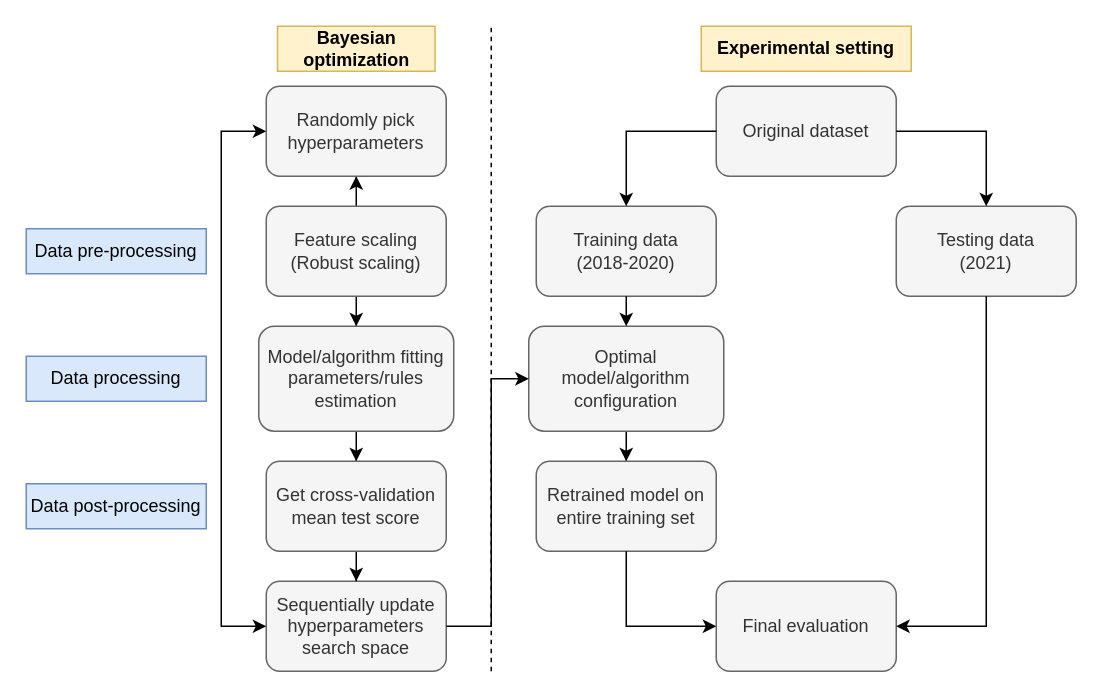
Earlier version of the draw.io diagram Untitled Diagram.drawio (renatoquiliche/PaperCienciaDados-PunoPeru). Source tidied: cells renumbered, new cells numbered last; positions are measured from the earlier drawing's top-left corner, leaving out a move shared by most shapes. Both pictures are drawn from the tidied source at 150%, with x=0, y=0 at pixel (26, 26).
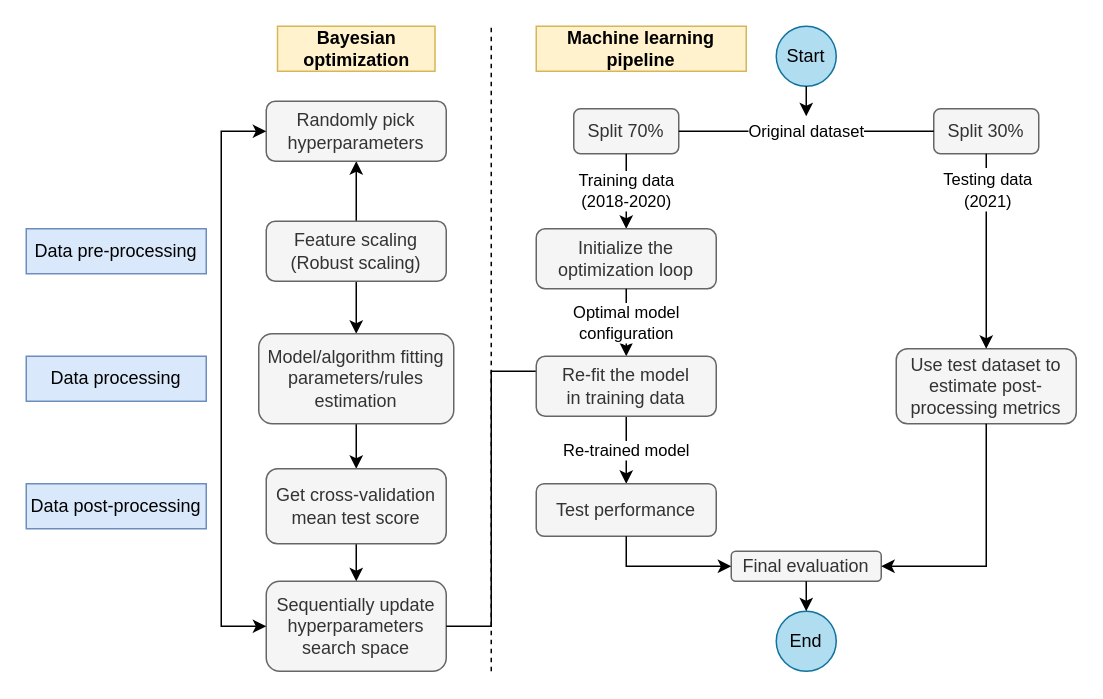
After the change.

The change refers to these unchanged cells:
```xml
<mxCell id="13" value="Sequentially update hyperparameters search space" style="whiteSpace=wrap;html=1;rounded=1;fillColor=#f5f5f5;fontColor=#333333;strokeColor=#666666;" parent="1" vertex="1">
  <mxGeometry x="160" y="370" width="120" height="60" as="geometry" />
</mxCell>
```

The edit, as a diff of the source:
```diff
@@
-    <mxCell id="2" value="Training data&lt;br&gt;(2018-2020)" style="rounded=1;whiteSpace=wrap;html=1;fillColor=#f5f5f5;fontColor=#333333;strokeColor=#666666;" parent="1" vertex="1">
-      <mxGeometry x="340" y="120" width="120" height="60" as="geometry" />
-    </mxCell>
-    <mxCell id="3" value="Testing data&lt;br&gt;(2021)" style="rounded=1;whiteSpace=wrap;html=1;fillColor=#f5f5f5;fontColor=#333333;strokeColor=#666666;" parent="1" vertex="1">
-      <mxGeometry x="580" y="120" width="120" height="60" as="geometry" />
+    <mxCell id="3" value="Use test dataset to estimate post-processing metrics" style="rounded=1;whiteSpace=wrap;html=1;fillColor=#f5f5f5;fontColor=#333333;strokeColor=#666666;" parent="1" vertex="1">
+      <mxGeometry x="580" y="215" width="120" height="50" as="geometry" />
     </mxCell>
-    <mxCell id="4" value="Original dataset" style="rounded=1;whiteSpace=wrap;html=1;fillColor=#f5f5f5;fontColor=#333333;strokeColor=#666666;" parent="1" vertex="1">
-      <mxGeometry x="460" y="40" width="120" height="60" as="geometry" />
-    </mxCell>
-    <mxCell id="5" style="endArrow=classic;html=1;rounded=0;exitX=1;exitY=0.5;exitDx=0;exitDy=0;entryX=0.5;entryY=0;entryDx=0;entryDy=0;" parent="1" edge="1" source="4" target="3">
-      <mxGeometry relative="1" as="geometry">
-        <Array as="points">
-          <mxPoint x="640" y="70" />
-        </Array>
-      </mxGeometry>
-    </mxCell>
-    <mxCell id="6" style="endArrow=classic;html=1;rounded=0;exitX=0;exitY=0.5;exitDx=0;exitDy=0;entryX=0.5;entryY=0;entryDx=0;entryDy=0;" parent="1" edge="1" source="4" target="2">
-      <mxGeometry relative="1" as="geometry">
-        <Array as="points">
-          <mxPoint x="400" y="70" />
-        </Array>
-      </mxGeometry>
-    </mxCell>
@@
     <mxCell id="9" value="Feature scaling&lt;br&gt;(Robust scaling)" style="rounded=1;whiteSpace=wrap;html=1;fillColor=#f5f5f5;fontColor=#333333;strokeColor=#666666;" parent="1" vertex="1">
-      <mxGeometry x="160" y="120" width="120" height="60" as="geometry" />
+      <mxGeometry x="160" y="130" width="120" height="40" as="geometry" />
     </mxCell>
@@
     <mxCell id="11" value="Model/algorithm fitting parameters/rules estimation" style="whiteSpace=wrap;html=1;rounded=1;fillColor=#f5f5f5;fontColor=#333333;strokeColor=#666666;" parent="1" vertex="1">
-      <mxGeometry x="155" y="200" width="130" height="70" as="geometry" />
+      <mxGeometry x="155" y="205" width="130" height="60" as="geometry" />
     </mxCell>
@@
     <mxCell id="14" value="Randomly pick hyperparameters" style="whiteSpace=wrap;html=1;rounded=1;fillColor=#f5f5f5;fontColor=#333333;strokeColor=#666666;" parent="1" vertex="1">
-      <mxGeometry x="160" y="40" width="120" height="60" as="geometry" />
+      <mxGeometry x="160" y="50" width="120" height="40" as="geometry" />
     </mxCell>
@@
     <mxCell id="16" value="Get cross-validation mean test score" style="whiteSpace=wrap;html=1;rounded=1;fillColor=#f5f5f5;fontColor=#333333;strokeColor=#666666;" parent="1" vertex="1">
-      <mxGeometry x="160" y="290" width="120" height="60" as="geometry" />
+      <mxGeometry x="160" y="295" width="120" height="50" as="geometry" />
     </mxCell>
@@
-    <mxCell id="21" style="edgeStyle=orthogonalEdgeStyle;rounded=0;jettySize=auto;html=1;" parent="1" edge="1" source="22" target="23">
+    <mxCell id="21" value="Re-trained model" style="edgeStyle=orthogonalEdgeStyle;rounded=0;jettySize=auto;html=1;exitX=0.5;exitY=1;exitDx=0;exitDy=0;" parent="1" edge="1" source="37" target="23">
       <mxGeometry relative="1" as="geometry" />
     </mxCell>
-    <mxCell id="22" value="Optimal model/algorithm configuration" style="rounded=1;whiteSpace=wrap;html=1;fillColor=#f5f5f5;fontColor=#333333;strokeColor=#666666;" parent="1" vertex="1">
-      <mxGeometry x="335" y="200" width="130" height="70" as="geometry" />
-    </mxCell>
-    <mxCell id="23" value="Retrained model on entire training set" style="whiteSpace=wrap;html=1;rounded=1;fillColor=#f5f5f5;fontColor=#333333;strokeColor=#666666;" parent="1" vertex="1">
-      <mxGeometry x="340" y="290" width="120" height="60" as="geometry" />
+    <mxCell id="23" value="Test performance" style="whiteSpace=wrap;html=1;rounded=1;fillColor=#f5f5f5;fontColor=#333333;strokeColor=#666666;" parent="1" vertex="1">
+      <mxGeometry x="340" y="305" width="120" height="35" as="geometry" />
     </mxCell>
     <mxCell id="24" value="Final evaluation" style="whiteSpace=wrap;html=1;rounded=1;fillColor=#f5f5f5;fontColor=#333333;strokeColor=#666666;" parent="1" vertex="1">
-      <mxGeometry x="460" y="370" width="120" height="60" as="geometry" />
+      <mxGeometry x="470" y="350" width="100" height="20" as="geometry" />
     </mxCell>
-    <mxCell id="25" style="endArrow=classic;html=1;rounded=0;exitX=0.5;exitY=1;exitDx=0;exitDy=0;" parent="1" edge="1" source="2" target="22">
-      <mxGeometry relative="1" as="geometry" />
-    </mxCell>
     <mxCell id="26" style="endArrow=classic;html=1;rounded=0;exitX=0.5;exitY=1;exitDx=0;exitDy=0;entryX=0;entryY=0.5;entryDx=0;entryDy=0;" parent="1" edge="1" source="23" target="24">
       <mxGeometry relative="1" as="geometry">
         <Array as="points">
-          <mxPoint x="400" y="400" />
+          <mxPoint x="400" y="360" />
         </Array>
       </mxGeometry>
     </mxCell>
     <mxCell id="27" style="endArrow=classic;html=1;rounded=0;exitX=0.5;exitY=1;exitDx=0;exitDy=0;entryX=1;entryY=0.5;entryDx=0;entryDy=0;" parent="1" edge="1" source="3" target="24">
       <mxGeometry relative="1" as="geometry">
         <Array as="points">
-          <mxPoint x="640" y="400" />
+          <mxPoint x="640" y="360" />
         </Array>
       </mxGeometry>
     </mxCell>
-    <mxCell id="28" value="&lt;b&gt;Experimental setting&lt;/b&gt;" style="text;html=1;strokeColor=#d6b656;fillColor=#fff2cc;align=center;verticalAlign=middle;whiteSpace=wrap;rounded=0;" parent="1" vertex="1">
-      <mxGeometry x="450" width="140" height="30" as="geometry" />
+    <mxCell id="28" value="&lt;b&gt;Machine learning pipeline&lt;/b&gt;" style="text;html=1;strokeColor=#d6b656;fillColor=#fff2cc;align=center;verticalAlign=middle;whiteSpace=wrap;rounded=0;" parent="1" vertex="1">
+      <mxGeometry x="340" width="140" height="30" as="geometry" />
     </mxCell>
@@
-    <mxCell id="30" style="endArrow=classic;html=1;rounded=0;exitX=1;exitY=0.5;exitDx=0;exitDy=0;entryX=0;entryY=0.5;entryDx=0;entryDy=0;" parent="1" edge="1" source="13" target="22">
+    <mxCell id="30" style="endArrow=classic;html=1;rounded=0;exitX=1;exitY=0.5;exitDx=0;exitDy=0;" parent="1" edge="1" source="13">
       <mxGeometry relative="1" as="geometry">
+        <mxPoint x="360" y="230" as="targetPoint" />
         <Array as="points">
           <mxPoint x="310" y="400" />
-          <mxPoint x="310" y="235" />
+          <mxPoint x="310" y="230" />
         </Array>
       </mxGeometry>
     </mxCell>
+    <mxCell id="31" value="Split 70%" style="rounded=1;whiteSpace=wrap;html=1;fillColor=#f5f5f5;fontColor=#333333;strokeColor=#666666;" parent="1" vertex="1">
+      <mxGeometry x="365" y="55" width="70" height="30" as="geometry" />
+    </mxCell>
+    <mxCell id="32" value="Split 30%" style="rounded=1;whiteSpace=wrap;html=1;fillColor=#f5f5f5;fontColor=#333333;strokeColor=#666666;" parent="1" vertex="1">
+      <mxGeometry x="605" y="55" width="70" height="30" as="geometry" />
+    </mxCell>
+    <mxCell id="2" value="Training data&lt;br&gt;(2018-2020)" style="endArrow=classic;html=1;rounded=0;exitX=0.5;exitY=1;exitDx=0;exitDy=0;entryX=0.5;entryY=0;entryDx=0;entryDy=0;" parent="1" edge="1" source="31" target="35">
+      <mxGeometry relative="1" as="geometry" />
+    </mxCell>
+    <mxCell id="33" style="endArrow=classic;html=1;rounded=0;entryX=0.5;entryY=0;entryDx=0;entryDy=0;exitX=0.5;exitY=1;exitDx=0;exitDy=0;" parent="1" edge="1" source="32" target="3">
+      <mxGeometry relative="1" as="geometry" />
+    </mxCell>
+    <mxCell id="34" value="&lt;font style=&quot;font-size: 11px;&quot;&gt;Testing data&lt;br&gt;(2021)&lt;/font&gt;" style="edgeLabel;html=1;align=center;verticalAlign=middle;fontSize=12;" parent="33" vertex="1">
+      <mxGeometry x="-0.65" relative="1" as="geometry" />
+    </mxCell>
+    <mxCell id="4" value="Original dataset" style="endArrow=none;html=1;rounded=0;exitX=1;exitY=0.5;exitDx=0;exitDy=0;entryX=0;entryY=0.5;entryDx=0;entryDy=0;" parent="1" edge="1" source="31" target="32">
+      <mxGeometry relative="1" as="geometry" />
+    </mxCell>
+    <mxCell id="35" value="Initialize the optimization loop" style="rounded=1;whiteSpace=wrap;html=1;fillColor=#f5f5f5;fontColor=#333333;strokeColor=#666666;" parent="1" vertex="1">
+      <mxGeometry x="340" y="135" width="120" height="40" as="geometry" />
+    </mxCell>
+    <mxCell id="36" value="Optimal model&lt;br&gt;configuration" style="endArrow=classic;html=1;rounded=0;exitX=0.5;exitY=1;exitDx=0;exitDy=0;entryX=0.5;entryY=0;entryDx=0;entryDy=0;" parent="1" edge="1" source="35" target="37">
+      <mxGeometry relative="1" as="geometry" />
+    </mxCell>
+    <mxCell id="37" value="Re-fit the model&lt;br&gt;in training data" style="whiteSpace=wrap;html=1;rounded=1;fillColor=#f5f5f5;fontColor=#333333;strokeColor=#666666;" parent="1" vertex="1">
+      <mxGeometry x="340" y="220" width="120" height="40" as="geometry" />
+    </mxCell>
+    <mxCell id="38" value="&lt;font style=&quot;font-size: 12px;&quot;&gt;Start&lt;/font&gt;" style="ellipse;whiteSpace=wrap;html=1;fontSize=11;fillColor=#b1ddf0;strokeColor=#10739e;" parent="1" vertex="1">
+      <mxGeometry x="500" width="40" height="40" as="geometry" />
+    </mxCell>
+    <mxCell id="39" style="endArrow=classic;html=1;rounded=0;fontSize=12;exitX=0.5;exitY=1;exitDx=0;exitDy=0;" parent="1" edge="1" source="38">
+      <mxGeometry relative="1" as="geometry">
+        <mxPoint x="520" y="60" as="targetPoint" />
+      </mxGeometry>
+    </mxCell>
+    <mxCell id="40" value="&lt;font style=&quot;font-size: 12px;&quot;&gt;End&lt;/font&gt;" style="ellipse;whiteSpace=wrap;html=1;fontSize=11;fillColor=#b1ddf0;strokeColor=#10739e;" parent="1" vertex="1">
+      <mxGeometry x="500" y="390" width="40" height="40" as="geometry" />
+    </mxCell>
+    <mxCell id="41" style="endArrow=classic;html=1;rounded=0;fontSize=11;exitX=0.5;exitY=1;exitDx=0;exitDy=0;entryX=0.5;entryY=0;entryDx=0;entryDy=0;" parent="1" edge="1" source="24" target="40">
+      <mxGeometry relative="1" as="geometry" />
+    </mxCell>
```
